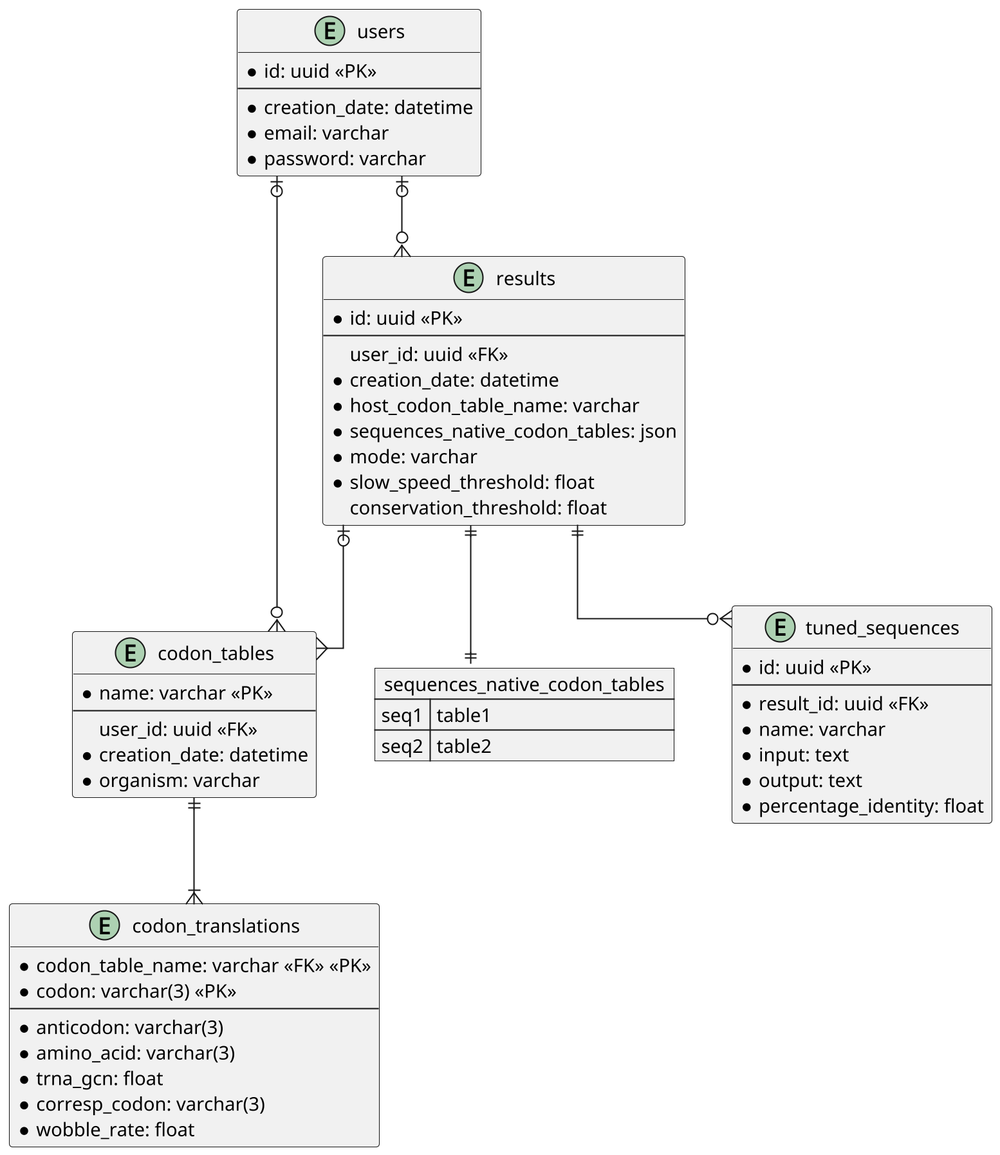
Earlier version of the PlantUML export db_schema.png (tbonnabaud/expressinhost_web).
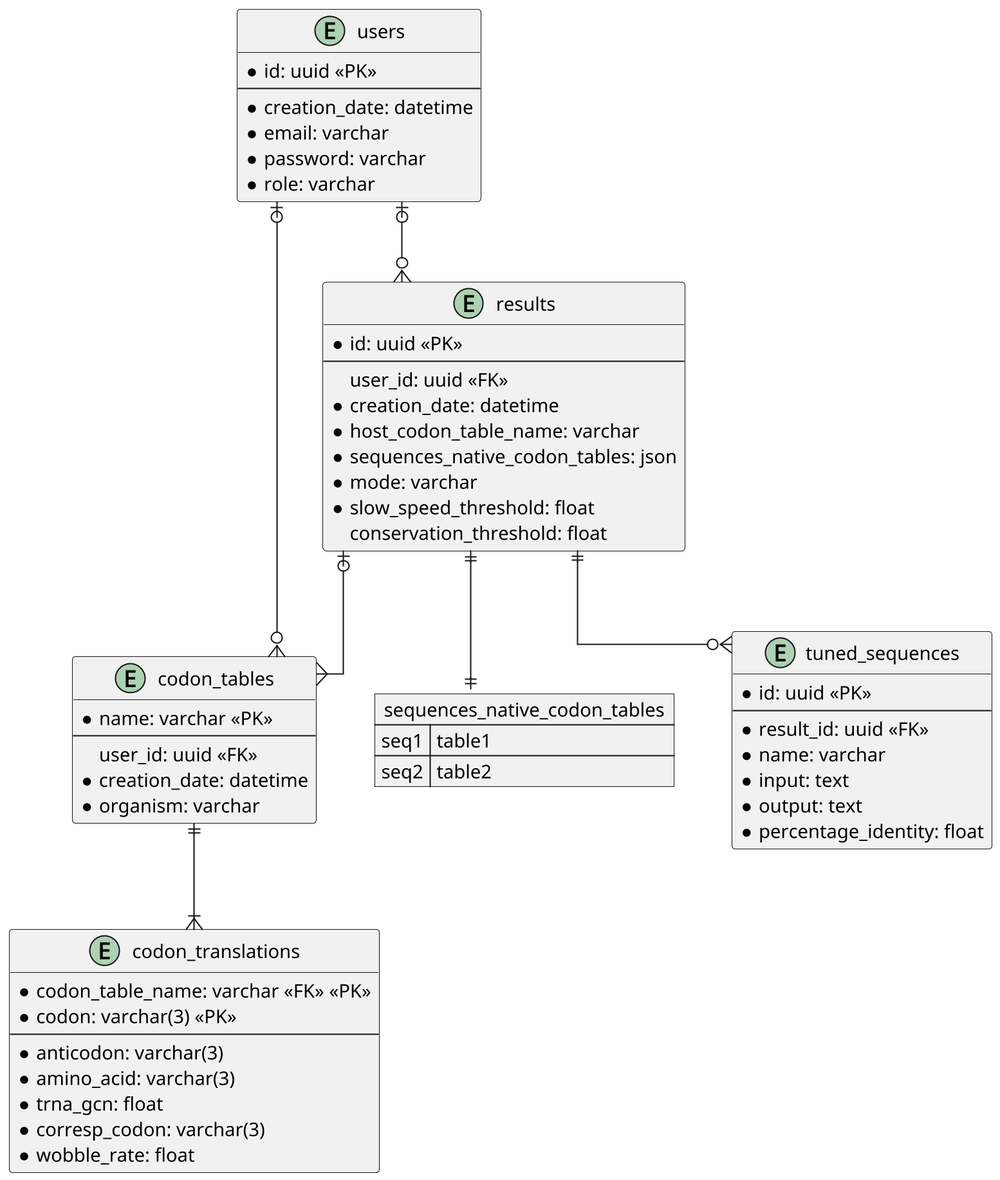
After the commit.

Commit message:
Add role to user

Change to the diagram source:
```diff
@@ -9,6 +9,7 @@
     * creation_date: datetime
     * email: varchar
     * password: varchar
+    * role: varchar
 }
 
 entity codon_tables {
```
